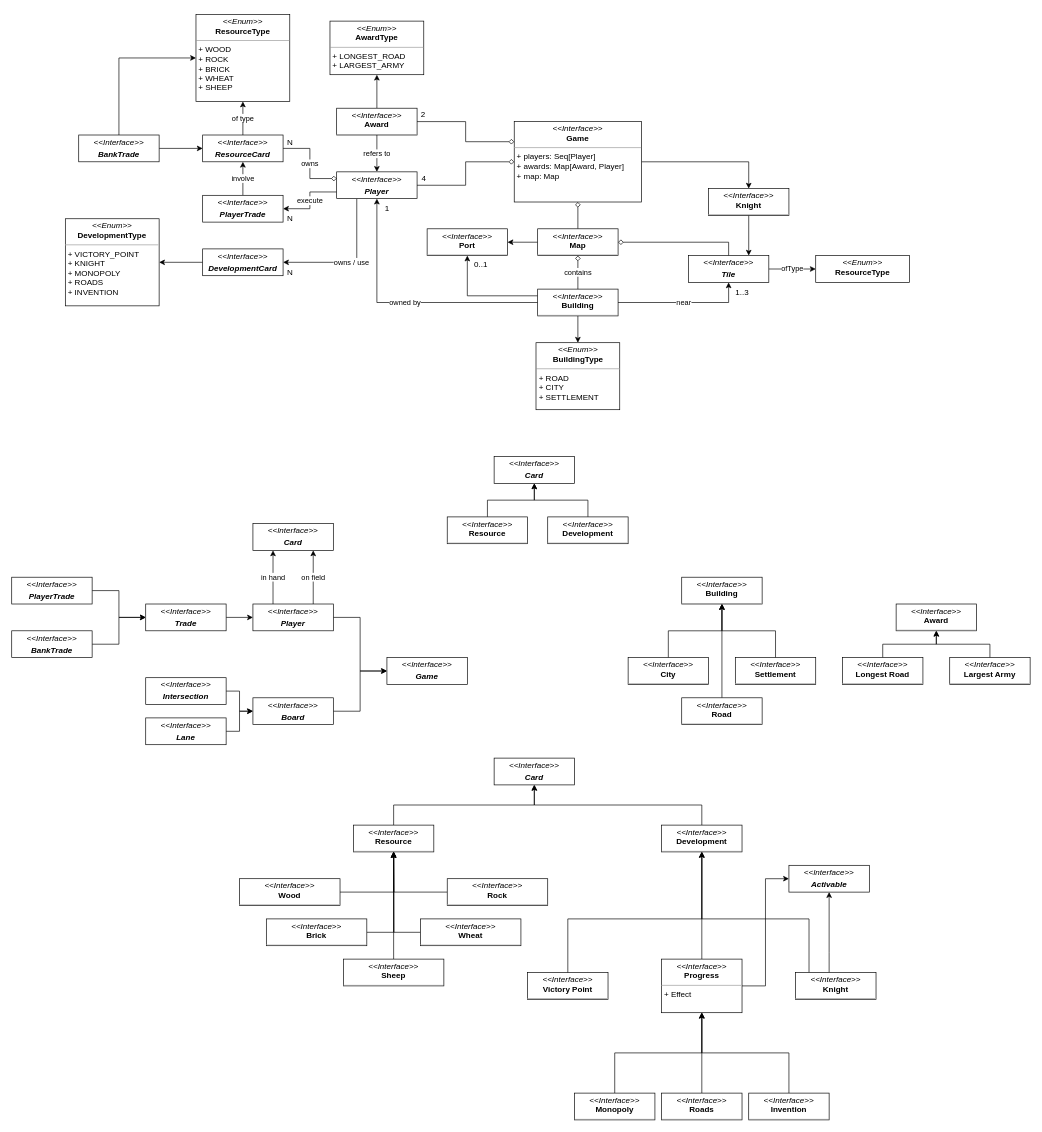
The draw.io diagram page "Dominio" (1 of 3) of scatan.drawio in zucchero-sintattico/pps-22-scatan, before the edit. Source tidied: cells renumbered, new cells numbered last; positions are measured from the earlier drawing's top-left corner, leaving out a move shared by most shapes. Both pictures are drawn from the tidied source at 67%, with x=0, y=0 at pixel (11, 14).
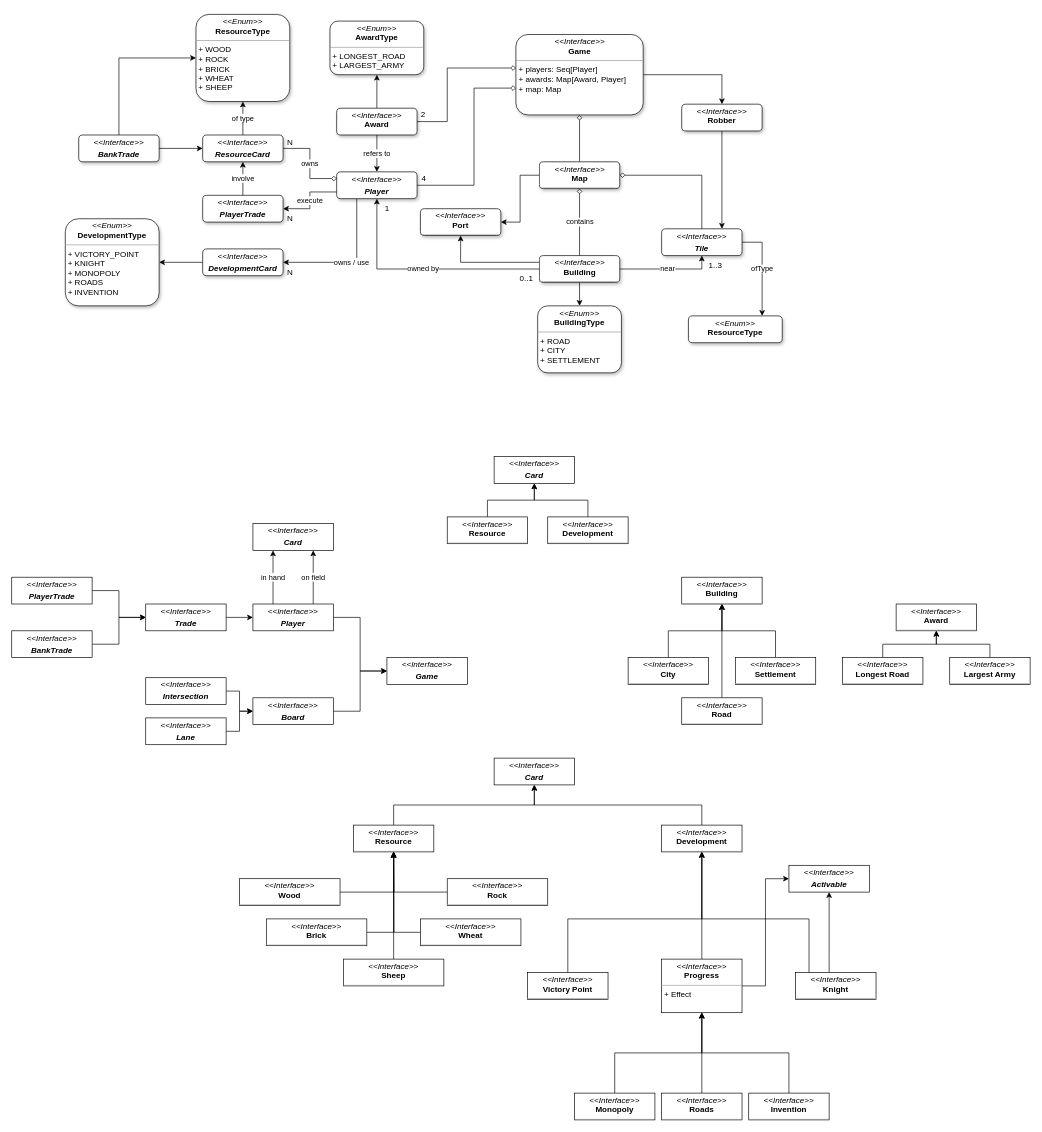
The same page after the edit.

The edit, as a diff of the source:
```diff
@@
-    <mxCell id="2" value="&lt;p style=&quot;margin:0px;margin-top:4px;text-align:center;&quot;&gt;&lt;i&gt;&amp;lt;&amp;lt;Enum&amp;gt;&amp;gt;&lt;/i&gt;&lt;br&gt;&lt;b&gt;ResourceType&lt;/b&gt;&lt;/p&gt;&lt;hr size=&quot;1&quot;&gt;&lt;p style=&quot;margin:0px;margin-left:4px;&quot;&gt;+ WOOD&lt;/p&gt;&lt;p style=&quot;margin:0px;margin-left:4px;&quot;&gt;+ ROCK&lt;/p&gt;&lt;p style=&quot;margin:0px;margin-left:4px;&quot;&gt;+ BRICK&lt;/p&gt;&lt;p style=&quot;margin:0px;margin-left:4px;&quot;&gt;+ WHEAT&lt;/p&gt;&lt;p style=&quot;margin:0px;margin-left:4px;&quot;&gt;+ SHEEP&lt;/p&gt;" style="verticalAlign=top;align=left;overflow=fill;fontSize=12;fontFamily=Helvetica;html=1;whiteSpace=wrap;" parent="1" vertex="1">
+    <mxCell id="2" value="&lt;p style=&quot;margin:0px;margin-top:4px;text-align:center;&quot;&gt;&lt;i&gt;&amp;lt;&amp;lt;Enum&amp;gt;&amp;gt;&lt;/i&gt;&lt;br&gt;&lt;b&gt;ResourceType&lt;/b&gt;&lt;/p&gt;&lt;hr size=&quot;1&quot;&gt;&lt;p style=&quot;margin:0px;margin-left:4px;&quot;&gt;+ WOOD&lt;/p&gt;&lt;p style=&quot;margin:0px;margin-left:4px;&quot;&gt;+ ROCK&lt;/p&gt;&lt;p style=&quot;margin:0px;margin-left:4px;&quot;&gt;+ BRICK&lt;/p&gt;&lt;p style=&quot;margin:0px;margin-left:4px;&quot;&gt;+ WHEAT&lt;/p&gt;&lt;p style=&quot;margin:0px;margin-left:4px;&quot;&gt;+ SHEEP&lt;/p&gt;" style="verticalAlign=top;align=left;overflow=fill;fontSize=12;fontFamily=Helvetica;html=1;whiteSpace=wrap;shadow=1;glass=0;rounded=1;" parent="1" vertex="1">
       <mxGeometry x="275" width="140" height="130" as="geometry" />
     </mxCell>
@@
-    <mxCell id="71" value="&lt;p style=&quot;margin:0px;margin-top:4px;text-align:center;&quot;&gt;&lt;i&gt;&amp;lt;&amp;lt;Interface&amp;gt;&amp;gt;&lt;/i&gt;&lt;br&gt;&lt;b&gt;Building&lt;/b&gt;&lt;/p&gt;&lt;hr size=&quot;1&quot;&gt;&lt;p style=&quot;margin:0px;margin-left:4px;&quot;&gt;&lt;br&gt;&lt;/p&gt;" style="verticalAlign=top;align=left;overflow=fill;fontSize=12;fontFamily=Helvetica;html=1;whiteSpace=wrap;" parent="1" vertex="1">
-      <mxGeometry x="785" y="410" width="120" height="40" as="geometry" />
+    <mxCell id="71" value="&lt;p style=&quot;margin:0px;margin-top:4px;text-align:center;&quot;&gt;&lt;i&gt;&amp;lt;&amp;lt;Interface&amp;gt;&amp;gt;&lt;/i&gt;&lt;br&gt;&lt;b&gt;Building&lt;/b&gt;&lt;/p&gt;&lt;hr size=&quot;1&quot;&gt;&lt;p style=&quot;margin:0px;margin-left:4px;&quot;&gt;&lt;br&gt;&lt;/p&gt;" style="verticalAlign=top;align=left;overflow=fill;fontSize=12;fontFamily=Helvetica;html=1;whiteSpace=wrap;shadow=1;glass=0;rounded=1;" parent="1" vertex="1">
+      <mxGeometry x="787.5" y="360" width="120" height="40" as="geometry" />
     </mxCell>
@@
-    <mxCell id="74" value="&lt;p style=&quot;margin:0px;margin-top:4px;text-align:center;&quot;&gt;&lt;i&gt;&amp;lt;&amp;lt;Interface&amp;gt;&amp;gt;&lt;/i&gt;&lt;br&gt;&lt;b&gt;Award&lt;/b&gt;&lt;/p&gt;&lt;hr size=&quot;1&quot;&gt;&lt;p style=&quot;margin:0px;margin-left:4px;&quot;&gt;&lt;br&gt;&lt;/p&gt;" style="verticalAlign=top;align=left;overflow=fill;fontSize=12;fontFamily=Helvetica;html=1;whiteSpace=wrap;" parent="1" vertex="1">
+    <mxCell id="74" value="&lt;p style=&quot;margin:0px;margin-top:4px;text-align:center;&quot;&gt;&lt;i&gt;&amp;lt;&amp;lt;Interface&amp;gt;&amp;gt;&lt;/i&gt;&lt;br&gt;&lt;b&gt;Award&lt;/b&gt;&lt;/p&gt;&lt;hr size=&quot;1&quot;&gt;&lt;p style=&quot;margin:0px;margin-left:4px;&quot;&gt;&lt;br&gt;&lt;/p&gt;" style="verticalAlign=top;align=left;overflow=fill;fontSize=12;fontFamily=Helvetica;html=1;whiteSpace=wrap;shadow=1;glass=0;rounded=1;" parent="1" vertex="1">
       <mxGeometry x="485" y="140" width="120" height="40" as="geometry" />
     </mxCell>
@@
-    <mxCell id="77" value="&lt;p style=&quot;margin:0px;margin-top:4px;text-align:center;&quot;&gt;&lt;i&gt;&amp;lt;&amp;lt;Interface&amp;gt;&amp;gt;&lt;/i&gt;&lt;br&gt;&lt;/p&gt;&lt;p style=&quot;margin:0px;margin-top:4px;text-align:center;&quot;&gt;&lt;i&gt;&lt;b&gt;Player&lt;/b&gt;&lt;/i&gt;&lt;/p&gt;&lt;p style=&quot;margin:0px;margin-left:4px;&quot;&gt;&lt;br&gt;&lt;/p&gt;" style="verticalAlign=top;align=left;overflow=fill;fontSize=12;fontFamily=Helvetica;html=1;whiteSpace=wrap;" parent="1" vertex="1">
+    <mxCell id="77" value="&lt;p style=&quot;margin:0px;margin-top:4px;text-align:center;&quot;&gt;&lt;i&gt;&amp;lt;&amp;lt;Interface&amp;gt;&amp;gt;&lt;/i&gt;&lt;br&gt;&lt;/p&gt;&lt;p style=&quot;margin:0px;margin-top:4px;text-align:center;&quot;&gt;&lt;i&gt;&lt;b&gt;Player&lt;/b&gt;&lt;/i&gt;&lt;/p&gt;&lt;p style=&quot;margin:0px;margin-left:4px;&quot;&gt;&lt;br&gt;&lt;/p&gt;" style="verticalAlign=top;align=left;overflow=fill;fontSize=12;fontFamily=Helvetica;html=1;whiteSpace=wrap;shadow=1;glass=0;rounded=1;" parent="1" vertex="1">
       <mxGeometry x="485" y="235" width="120" height="40" as="geometry" />
     </mxCell>
-    <mxCell id="78" style="edgeStyle=orthogonalEdgeStyle;rounded=0;jettySize=auto;html=1;exitX=0;exitY=0.5;exitDx=0;exitDy=0;entryX=1;entryY=0.5;entryDx=0;entryDy=0;endArrow=none;endFill=0;startArrow=diamond;startFill=0;" parent="1" edge="1" source="83" target="77">
-      <mxGeometry relative="1" as="geometry" />
+    <mxCell id="78" style="edgeStyle=orthogonalEdgeStyle;rounded=0;jettySize=auto;html=1;entryX=1;entryY=0.5;entryDx=0;entryDy=0;endArrow=none;endFill=0;startArrow=diamond;startFill=0;" parent="1" edge="1" source="83" target="77">
+      <mxGeometry relative="1" as="geometry">
+        <Array as="points">
+          <mxPoint x="690" y="110" />
+          <mxPoint x="690" y="255" />
+        </Array>
+      </mxGeometry>
     </mxCell>
@@
-    <mxCell id="81" style="edgeStyle=orthogonalEdgeStyle;rounded=0;jettySize=auto;html=1;exitX=0;exitY=0.25;exitDx=0;exitDy=0;endArrow=none;endFill=0;startArrow=diamond;startFill=0;" parent="1" edge="1" source="83" target="74">
-      <mxGeometry relative="1" as="geometry" />
+    <mxCell id="81" style="edgeStyle=orthogonalEdgeStyle;rounded=0;jettySize=auto;html=1;endArrow=none;endFill=0;startArrow=diamond;startFill=0;" parent="1" edge="1" source="83" target="74">
+      <mxGeometry relative="1" as="geometry">
+        <Array as="points">
+          <mxPoint x="650" y="80" />
+          <mxPoint x="650" y="160" />
+        </Array>
+      </mxGeometry>
     </mxCell>
@@
-    <mxCell id="83" value="&lt;p style=&quot;margin:0px;margin-top:4px;text-align:center;&quot;&gt;&lt;i&gt;&amp;lt;&amp;lt;Interface&amp;gt;&amp;gt;&lt;/i&gt;&lt;br&gt;&lt;b&gt;Game&lt;/b&gt;&lt;/p&gt;&lt;hr size=&quot;1&quot;&gt;&lt;p style=&quot;margin:0px;margin-left:4px;&quot;&gt;+ players: Seq[Player]&lt;/p&gt;&lt;p style=&quot;margin:0px;margin-left:4px;&quot;&gt;+ awards: Map[Award, Player]&lt;/p&gt;&lt;p style=&quot;margin:0px;margin-left:4px;&quot;&gt;+ map: Map&lt;/p&gt;" style="verticalAlign=top;align=left;overflow=fill;fontSize=12;fontFamily=Helvetica;html=1;whiteSpace=wrap;" parent="1" vertex="1">
-      <mxGeometry x="750" y="160" width="190" height="120" as="geometry" />
+    <mxCell id="83" value="&lt;p style=&quot;margin:0px;margin-top:4px;text-align:center;&quot;&gt;&lt;i&gt;&amp;lt;&amp;lt;Interface&amp;gt;&amp;gt;&lt;/i&gt;&lt;br&gt;&lt;b&gt;Game&lt;/b&gt;&lt;/p&gt;&lt;hr size=&quot;1&quot;&gt;&lt;p style=&quot;margin:0px;margin-left:4px;&quot;&gt;+ players: Seq[Player]&lt;/p&gt;&lt;p style=&quot;margin:0px;margin-left:4px;&quot;&gt;+ awards: Map[Award, Player]&lt;/p&gt;&lt;p style=&quot;margin:0px;margin-left:4px;&quot;&gt;+ map: Map&lt;/p&gt;" style="verticalAlign=top;align=left;overflow=fill;fontSize=12;fontFamily=Helvetica;html=1;whiteSpace=wrap;shadow=1;glass=0;rounded=1;" parent="1" vertex="1">
+      <mxGeometry x="752.5" y="30" width="190" height="120" as="geometry" />
     </mxCell>
@@
-    <mxCell id="88" value="&lt;p style=&quot;margin:0px;margin-top:4px;text-align:center;&quot;&gt;&lt;i&gt;&amp;lt;&amp;lt;Interface&amp;gt;&amp;gt;&lt;/i&gt;&lt;br&gt;&lt;b&gt;Map&lt;/b&gt;&lt;/p&gt;&lt;hr size=&quot;1&quot;&gt;&lt;p style=&quot;margin:0px;margin-left:4px;&quot;&gt;&lt;br&gt;&lt;/p&gt;" style="verticalAlign=top;align=left;overflow=fill;fontSize=12;fontFamily=Helvetica;html=1;whiteSpace=wrap;" parent="1" vertex="1">
-      <mxGeometry x="785" y="320" width="120" height="40" as="geometry" />
+    <mxCell id="88" value="&lt;p style=&quot;margin:0px;margin-top:4px;text-align:center;&quot;&gt;&lt;i&gt;&amp;lt;&amp;lt;Interface&amp;gt;&amp;gt;&lt;/i&gt;&lt;br&gt;&lt;b&gt;Map&lt;/b&gt;&lt;/p&gt;&lt;hr size=&quot;1&quot;&gt;&lt;p style=&quot;margin:0px;margin-left:4px;&quot;&gt;&lt;br&gt;&lt;/p&gt;" style="verticalAlign=top;align=left;overflow=fill;fontSize=12;fontFamily=Helvetica;html=1;whiteSpace=wrap;shadow=1;glass=0;rounded=1;" parent="1" vertex="1">
+      <mxGeometry x="787.5" y="220" width="120" height="40" as="geometry" />
     </mxCell>
@@
-    <mxCell id="91" value="&lt;p style=&quot;margin:0px;margin-top:4px;text-align:center;&quot;&gt;&lt;i&gt;&amp;lt;&amp;lt;Interface&amp;gt;&amp;gt;&lt;/i&gt;&lt;br&gt;&lt;/p&gt;&lt;p style=&quot;margin:0px;margin-top:4px;text-align:center;&quot;&gt;&lt;i&gt;&lt;b&gt;ResourceCard&lt;/b&gt;&lt;/i&gt;&lt;/p&gt;&lt;p style=&quot;margin:0px;margin-left:4px;&quot;&gt;&lt;br&gt;&lt;/p&gt;" style="verticalAlign=top;align=left;overflow=fill;fontSize=12;fontFamily=Helvetica;html=1;whiteSpace=wrap;" parent="1" vertex="1">
+    <mxCell id="91" value="&lt;p style=&quot;margin:0px;margin-top:4px;text-align:center;&quot;&gt;&lt;i&gt;&amp;lt;&amp;lt;Interface&amp;gt;&amp;gt;&lt;/i&gt;&lt;br&gt;&lt;/p&gt;&lt;p style=&quot;margin:0px;margin-top:4px;text-align:center;&quot;&gt;&lt;i&gt;&lt;b&gt;ResourceCard&lt;/b&gt;&lt;/i&gt;&lt;/p&gt;&lt;p style=&quot;margin:0px;margin-left:4px;&quot;&gt;&lt;br&gt;&lt;/p&gt;" style="verticalAlign=top;align=left;overflow=fill;fontSize=12;fontFamily=Helvetica;html=1;whiteSpace=wrap;shadow=1;glass=0;rounded=1;" parent="1" vertex="1">
       <mxGeometry x="285" y="180" width="120" height="40" as="geometry" />
     </mxCell>
@@
-    <mxCell id="94" value="&lt;p style=&quot;margin:0px;margin-top:4px;text-align:center;&quot;&gt;&lt;i&gt;&amp;lt;&amp;lt;Interface&amp;gt;&amp;gt;&lt;/i&gt;&lt;br&gt;&lt;/p&gt;&lt;p style=&quot;margin:0px;margin-top:4px;text-align:center;&quot;&gt;&lt;i&gt;&lt;b&gt;PlayerTrade&lt;/b&gt;&lt;/i&gt;&lt;/p&gt;&lt;p style=&quot;margin:0px;margin-left:4px;&quot;&gt;&lt;br&gt;&lt;/p&gt;" style="verticalAlign=top;align=left;overflow=fill;fontSize=12;fontFamily=Helvetica;html=1;whiteSpace=wrap;" parent="1" vertex="1">
+    <mxCell id="94" value="&lt;p style=&quot;margin:0px;margin-top:4px;text-align:center;&quot;&gt;&lt;i&gt;&amp;lt;&amp;lt;Interface&amp;gt;&amp;gt;&lt;/i&gt;&lt;br&gt;&lt;/p&gt;&lt;p style=&quot;margin:0px;margin-top:4px;text-align:center;&quot;&gt;&lt;i&gt;&lt;b&gt;PlayerTrade&lt;/b&gt;&lt;/i&gt;&lt;/p&gt;&lt;p style=&quot;margin:0px;margin-left:4px;&quot;&gt;&lt;br&gt;&lt;/p&gt;" style="verticalAlign=top;align=left;overflow=fill;fontSize=12;fontFamily=Helvetica;html=1;whiteSpace=wrap;shadow=1;glass=0;rounded=1;" parent="1" vertex="1">
       <mxGeometry x="285" y="270" width="120" height="40" as="geometry" />
     </mxCell>
@@
-    <mxCell id="98" value="&lt;p style=&quot;margin:0px;margin-top:4px;text-align:center;&quot;&gt;&lt;i&gt;&amp;lt;&amp;lt;Interface&amp;gt;&amp;gt;&lt;/i&gt;&lt;br&gt;&lt;/p&gt;&lt;p style=&quot;margin:0px;margin-top:4px;text-align:center;&quot;&gt;&lt;i&gt;&lt;b&gt;BankTrade&lt;/b&gt;&lt;/i&gt;&lt;/p&gt;&lt;p style=&quot;margin:0px;margin-left:4px;&quot;&gt;&lt;br&gt;&lt;/p&gt;" style="verticalAlign=top;align=left;overflow=fill;fontSize=12;fontFamily=Helvetica;html=1;whiteSpace=wrap;" parent="1" vertex="1">
+    <mxCell id="98" value="&lt;p style=&quot;margin:0px;margin-top:4px;text-align:center;&quot;&gt;&lt;i&gt;&amp;lt;&amp;lt;Interface&amp;gt;&amp;gt;&lt;/i&gt;&lt;br&gt;&lt;/p&gt;&lt;p style=&quot;margin:0px;margin-top:4px;text-align:center;&quot;&gt;&lt;i&gt;&lt;b&gt;BankTrade&lt;/b&gt;&lt;/i&gt;&lt;/p&gt;&lt;p style=&quot;margin:0px;margin-left:4px;&quot;&gt;&lt;br&gt;&lt;/p&gt;" style="verticalAlign=top;align=left;overflow=fill;fontSize=12;fontFamily=Helvetica;html=1;whiteSpace=wrap;shadow=1;glass=0;rounded=1;" parent="1" vertex="1">
       <mxGeometry x="100" y="180" width="120" height="40" as="geometry" />
     </mxCell>
@@
-    <mxCell id="100" value="&lt;p style=&quot;margin:0px;margin-top:4px;text-align:center;&quot;&gt;&lt;i&gt;&amp;lt;&amp;lt;Interface&amp;gt;&amp;gt;&lt;/i&gt;&lt;br&gt;&lt;/p&gt;&lt;p style=&quot;margin:0px;margin-top:4px;text-align:center;&quot;&gt;&lt;i&gt;&lt;b&gt;DevelopmentCard&lt;/b&gt;&lt;/i&gt;&lt;/p&gt;&lt;p style=&quot;margin:0px;margin-left:4px;&quot;&gt;&lt;br&gt;&lt;/p&gt;" style="verticalAlign=top;align=left;overflow=fill;fontSize=12;fontFamily=Helvetica;html=1;whiteSpace=wrap;" parent="1" vertex="1">
+    <mxCell id="100" value="&lt;p style=&quot;margin:0px;margin-top:4px;text-align:center;&quot;&gt;&lt;i&gt;&amp;lt;&amp;lt;Interface&amp;gt;&amp;gt;&lt;/i&gt;&lt;br&gt;&lt;/p&gt;&lt;p style=&quot;margin:0px;margin-top:4px;text-align:center;&quot;&gt;&lt;i&gt;&lt;b&gt;DevelopmentCard&lt;/b&gt;&lt;/i&gt;&lt;/p&gt;&lt;p style=&quot;margin:0px;margin-left:4px;&quot;&gt;&lt;br&gt;&lt;/p&gt;" style="verticalAlign=top;align=left;overflow=fill;fontSize=12;fontFamily=Helvetica;html=1;whiteSpace=wrap;shadow=1;glass=0;rounded=1;" parent="1" vertex="1">
       <mxGeometry x="285" y="350" width="120" height="40" as="geometry" />
     </mxCell>
-    <mxCell id="101" value="&lt;p style=&quot;margin:0px;margin-top:4px;text-align:center;&quot;&gt;&lt;i&gt;&amp;lt;&amp;lt;Enum&amp;gt;&amp;gt;&lt;/i&gt;&lt;br&gt;&lt;b&gt;DevelopmentType&lt;/b&gt;&lt;/p&gt;&lt;hr size=&quot;1&quot;&gt;&lt;p style=&quot;margin:0px;margin-left:4px;&quot;&gt;+ VICTORY_POINT&lt;/p&gt;&lt;p style=&quot;margin:0px;margin-left:4px;&quot;&gt;+ KNIGHT&lt;/p&gt;&lt;p style=&quot;margin:0px;margin-left:4px;&quot;&gt;+ MONOPOLY&lt;/p&gt;&lt;p style=&quot;margin:0px;margin-left:4px;&quot;&gt;+ ROADS&lt;/p&gt;&lt;p style=&quot;margin:0px;margin-left:4px;&quot;&gt;+ INVENTION&lt;/p&gt;" style="verticalAlign=top;align=left;overflow=fill;fontSize=12;fontFamily=Helvetica;html=1;whiteSpace=wrap;" parent="1" vertex="1">
+    <mxCell id="101" value="&lt;p style=&quot;margin:0px;margin-top:4px;text-align:center;&quot;&gt;&lt;i&gt;&amp;lt;&amp;lt;Enum&amp;gt;&amp;gt;&lt;/i&gt;&lt;br&gt;&lt;b&gt;DevelopmentType&lt;/b&gt;&lt;/p&gt;&lt;hr size=&quot;1&quot;&gt;&lt;p style=&quot;margin:0px;margin-left:4px;&quot;&gt;+ VICTORY_POINT&lt;/p&gt;&lt;p style=&quot;margin:0px;margin-left:4px;&quot;&gt;+ KNIGHT&lt;/p&gt;&lt;p style=&quot;margin:0px;margin-left:4px;&quot;&gt;+ MONOPOLY&lt;/p&gt;&lt;p style=&quot;margin:0px;margin-left:4px;&quot;&gt;+ ROADS&lt;/p&gt;&lt;p style=&quot;margin:0px;margin-left:4px;&quot;&gt;+ INVENTION&lt;/p&gt;" style="verticalAlign=top;align=left;overflow=fill;fontSize=12;fontFamily=Helvetica;html=1;whiteSpace=wrap;shadow=1;glass=0;rounded=1;" parent="1" vertex="1">
       <mxGeometry x="80" y="305" width="140" height="130" as="geometry" />
     </mxCell>
-    <mxCell id="102" value="&lt;p style=&quot;margin:0px;margin-top:4px;text-align:center;&quot;&gt;&lt;i&gt;&amp;lt;&amp;lt;Interface&amp;gt;&amp;gt;&lt;/i&gt;&lt;br&gt;&lt;b&gt;Port&lt;/b&gt;&lt;/p&gt;&lt;hr size=&quot;1&quot;&gt;&lt;p style=&quot;margin:0px;margin-left:4px;&quot;&gt;&lt;br&gt;&lt;/p&gt;" style="verticalAlign=top;align=left;overflow=fill;fontSize=12;fontFamily=Helvetica;html=1;whiteSpace=wrap;" parent="1" vertex="1">
-      <mxGeometry x="620" y="320" width="120" height="40" as="geometry" />
+    <mxCell id="102" value="&lt;p style=&quot;margin:0px;margin-top:4px;text-align:center;&quot;&gt;&lt;i&gt;&amp;lt;&amp;lt;Interface&amp;gt;&amp;gt;&lt;/i&gt;&lt;br&gt;&lt;b&gt;Port&lt;/b&gt;&lt;/p&gt;&lt;hr size=&quot;1&quot;&gt;&lt;p style=&quot;margin:0px;margin-left:4px;&quot;&gt;&lt;br&gt;&lt;/p&gt;" style="verticalAlign=top;align=left;overflow=fill;fontSize=12;fontFamily=Helvetica;html=1;whiteSpace=wrap;shadow=1;glass=0;rounded=1;" parent="1" vertex="1">
+      <mxGeometry x="610" y="290" width="120" height="40" as="geometry" />
     </mxCell>
@@
     <mxCell id="104" value="0..1" style="text;html=1;align=center;verticalAlign=middle;strokeColor=none;fillColor=none;" parent="1" vertex="1">
-      <mxGeometry x="680" y="358" width="40" height="30" as="geometry" />
+      <mxGeometry x="747.5" y="380" width="40" height="30" as="geometry" />
     </mxCell>
@@
-    <mxCell id="106" value="&lt;p style=&quot;margin:0px;margin-top:4px;text-align:center;&quot;&gt;&lt;i&gt;&amp;lt;&amp;lt;Enum&amp;gt;&amp;gt;&lt;/i&gt;&lt;br&gt;&lt;b&gt;BuildingType&lt;/b&gt;&lt;/p&gt;&lt;hr size=&quot;1&quot;&gt;&lt;p style=&quot;margin:0px;margin-left:4px;&quot;&gt;+ ROAD&lt;/p&gt;&lt;p style=&quot;margin:0px;margin-left:4px;&quot;&gt;+ CITY&lt;/p&gt;&lt;p style=&quot;margin:0px;margin-left:4px;&quot;&gt;+ SETTLEMENT&lt;/p&gt;" style="verticalAlign=top;align=left;overflow=fill;fontSize=12;fontFamily=Helvetica;html=1;whiteSpace=wrap;" parent="1" vertex="1">
-      <mxGeometry x="782.5" y="490" width="125" height="100" as="geometry" />
+    <mxCell id="106" value="&lt;p style=&quot;margin:0px;margin-top:4px;text-align:center;&quot;&gt;&lt;i&gt;&amp;lt;&amp;lt;Enum&amp;gt;&amp;gt;&lt;/i&gt;&lt;br&gt;&lt;b&gt;BuildingType&lt;/b&gt;&lt;/p&gt;&lt;hr size=&quot;1&quot;&gt;&lt;p style=&quot;margin:0px;margin-left:4px;&quot;&gt;+ ROAD&lt;/p&gt;&lt;p style=&quot;margin:0px;margin-left:4px;&quot;&gt;+ CITY&lt;/p&gt;&lt;p style=&quot;margin:0px;margin-left:4px;&quot;&gt;+ SETTLEMENT&lt;/p&gt;" style="verticalAlign=top;align=left;overflow=fill;fontSize=12;fontFamily=Helvetica;html=1;whiteSpace=wrap;shadow=1;glass=0;rounded=1;" parent="1" vertex="1">
+      <mxGeometry x="785" y="435" width="125" height="100" as="geometry" />
     </mxCell>
-    <mxCell id="107" value="&lt;p style=&quot;margin:0px;margin-top:4px;text-align:center;&quot;&gt;&lt;i&gt;&amp;lt;&amp;lt;Enum&amp;gt;&amp;gt;&lt;/i&gt;&lt;br&gt;&lt;b&gt;AwardType&lt;/b&gt;&lt;/p&gt;&lt;hr size=&quot;1&quot;&gt;&lt;p style=&quot;margin:0px;margin-left:4px;&quot;&gt;+ LONGEST_ROAD&lt;/p&gt;&lt;p style=&quot;margin:0px;margin-left:4px;&quot;&gt;+ LARGEST_ARMY&lt;/p&gt;" style="verticalAlign=top;align=left;overflow=fill;fontSize=12;fontFamily=Helvetica;html=1;whiteSpace=wrap;" parent="1" vertex="1">
+    <mxCell id="107" value="&lt;p style=&quot;margin:0px;margin-top:4px;text-align:center;&quot;&gt;&lt;i&gt;&amp;lt;&amp;lt;Enum&amp;gt;&amp;gt;&lt;/i&gt;&lt;br&gt;&lt;b&gt;AwardType&lt;/b&gt;&lt;/p&gt;&lt;hr size=&quot;1&quot;&gt;&lt;p style=&quot;margin:0px;margin-left:4px;&quot;&gt;+ LONGEST_ROAD&lt;/p&gt;&lt;p style=&quot;margin:0px;margin-left:4px;&quot;&gt;+ LARGEST_ARMY&lt;/p&gt;" style="verticalAlign=top;align=left;overflow=fill;fontSize=12;fontFamily=Helvetica;html=1;whiteSpace=wrap;shadow=1;glass=0;rounded=1;" parent="1" vertex="1">
       <mxGeometry x="475" y="10" width="140" height="80" as="geometry" />
     </mxCell>
-    <mxCell id="108" value="ofType" style="edgeStyle=orthogonalEdgeStyle;rounded=0;jettySize=auto;html=1;exitX=1;exitY=0.5;exitDx=0;exitDy=0;entryX=0;entryY=0.5;entryDx=0;entryDy=0;" parent="1" edge="1" source="109" target="111">
-      <mxGeometry relative="1" as="geometry" />
+    <mxCell id="108" value="ofType" style="edgeStyle=orthogonalEdgeStyle;rounded=0;jettySize=auto;html=1;exitX=1;exitY=0.5;exitDx=0;exitDy=0;" parent="1" edge="1" source="109" target="111">
+      <mxGeometry relative="1" as="geometry">
+        <Array as="points">
+          <mxPoint x="1120" y="340" />
+        </Array>
+      </mxGeometry>
     </mxCell>
-    <mxCell id="109" value="&lt;p style=&quot;margin:0px;margin-top:4px;text-align:center;&quot;&gt;&lt;i&gt;&amp;lt;&amp;lt;Interface&amp;gt;&amp;gt;&lt;/i&gt;&lt;br&gt;&lt;/p&gt;&lt;p style=&quot;margin:0px;margin-top:4px;text-align:center;&quot;&gt;&lt;i&gt;&lt;b&gt;Tile&lt;/b&gt;&lt;/i&gt;&lt;/p&gt;&lt;p style=&quot;margin:0px;margin-left:4px;&quot;&gt;&lt;br&gt;&lt;/p&gt;" style="verticalAlign=top;align=left;overflow=fill;fontSize=12;fontFamily=Helvetica;html=1;whiteSpace=wrap;" parent="1" vertex="1">
-      <mxGeometry x="1010" y="360" width="120" height="40" as="geometry" />
+    <mxCell id="109" value="&lt;p style=&quot;margin:0px;margin-top:4px;text-align:center;&quot;&gt;&lt;i&gt;&amp;lt;&amp;lt;Interface&amp;gt;&amp;gt;&lt;/i&gt;&lt;br&gt;&lt;/p&gt;&lt;p style=&quot;margin:0px;margin-top:4px;text-align:center;&quot;&gt;&lt;i&gt;&lt;b&gt;Tile&lt;/b&gt;&lt;/i&gt;&lt;/p&gt;&lt;p style=&quot;margin:0px;margin-left:4px;&quot;&gt;&lt;br&gt;&lt;/p&gt;" style="verticalAlign=top;align=left;overflow=fill;fontSize=12;fontFamily=Helvetica;html=1;whiteSpace=wrap;shadow=1;glass=0;rounded=1;" parent="1" vertex="1">
+      <mxGeometry x="970" y="320" width="120" height="40" as="geometry" />
     </mxCell>
     <mxCell id="110" value="1..3" style="text;html=1;align=center;verticalAlign=middle;strokeColor=none;fillColor=none;" parent="1" vertex="1">
-      <mxGeometry x="1070" y="400" width="40" height="30" as="geometry" />
+      <mxGeometry x="1030" y="360" width="40" height="30" as="geometry" />
     </mxCell>
-    <mxCell id="111" value="&lt;p style=&quot;margin:0px;margin-top:4px;text-align:center;&quot;&gt;&lt;i&gt;&amp;lt;&amp;lt;Enum&amp;gt;&amp;gt;&lt;/i&gt;&lt;br&gt;&lt;b&gt;ResourceType&lt;/b&gt;&lt;/p&gt;&lt;p style=&quot;margin:0px;margin-left:4px;&quot;&gt;&lt;br&gt;&lt;/p&gt;" style="verticalAlign=top;align=left;overflow=fill;fontSize=12;fontFamily=Helvetica;html=1;whiteSpace=wrap;" parent="1" vertex="1">
-      <mxGeometry x="1200" y="360" width="140" height="40" as="geometry" />
+    <mxCell id="111" value="&lt;p style=&quot;margin:0px;margin-top:4px;text-align:center;&quot;&gt;&lt;i&gt;&amp;lt;&amp;lt;Enum&amp;gt;&amp;gt;&lt;/i&gt;&lt;br&gt;&lt;b&gt;ResourceType&lt;/b&gt;&lt;/p&gt;&lt;p style=&quot;margin:0px;margin-left:4px;&quot;&gt;&lt;br&gt;&lt;/p&gt;" style="verticalAlign=top;align=left;overflow=fill;fontSize=12;fontFamily=Helvetica;html=1;whiteSpace=wrap;shadow=1;glass=0;rounded=1;" parent="1" vertex="1">
+      <mxGeometry x="1010" y="450" width="140" height="40" as="geometry" />
     </mxCell>
@@
-    <mxCell id="113" value="&lt;p style=&quot;margin:0px;margin-top:4px;text-align:center;&quot;&gt;&lt;i&gt;&amp;lt;&amp;lt;Interface&amp;gt;&amp;gt;&lt;/i&gt;&lt;br&gt;&lt;b&gt;Knight&lt;/b&gt;&lt;/p&gt;&lt;hr size=&quot;1&quot;&gt;&lt;p style=&quot;margin:0px;margin-left:4px;&quot;&gt;&lt;br&gt;&lt;/p&gt;" style="verticalAlign=top;align=left;overflow=fill;fontSize=12;fontFamily=Helvetica;html=1;whiteSpace=wrap;" parent="1" vertex="1">
-      <mxGeometry x="1040" y="260" width="120" height="40" as="geometry" />
+    <mxCell id="113" value="&lt;p style=&quot;margin:0px;margin-top:4px;text-align:center;&quot;&gt;&lt;i&gt;&amp;lt;&amp;lt;Interface&amp;gt;&amp;gt;&lt;/i&gt;&lt;br&gt;&lt;b&gt;Robber&lt;/b&gt;&lt;/p&gt;&lt;hr size=&quot;1&quot;&gt;&lt;p style=&quot;margin:0px;margin-left:4px;&quot;&gt;&lt;br&gt;&lt;/p&gt;" style="verticalAlign=top;align=left;overflow=fill;fontSize=12;fontFamily=Helvetica;html=1;whiteSpace=wrap;shadow=1;glass=0;rounded=1;" parent="1" vertex="1">
+      <mxGeometry x="1000" y="134" width="120" height="40" as="geometry" />
     </mxCell>
```
